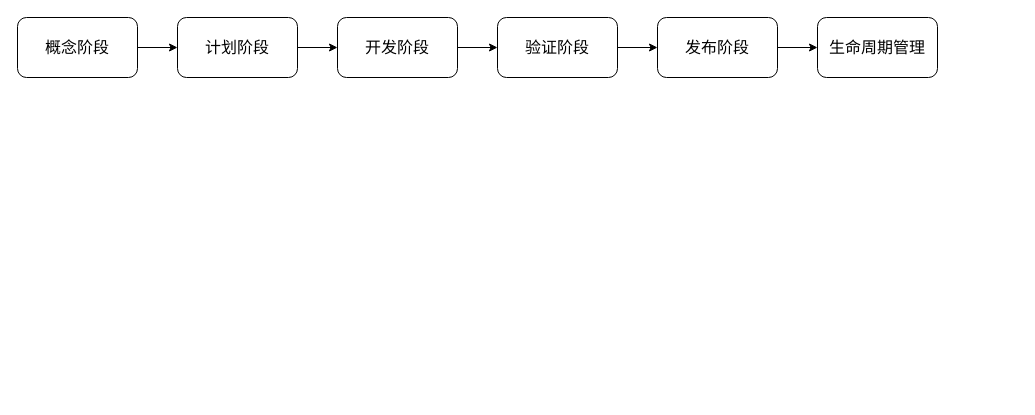
Earlier version of the draw.io diagram systemWork.drawio (wa4paluof/iview-tree-drag). Source tidied: cells renumbered, new cells numbered last; positions are measured from the earlier drawing's top-left corner, leaving out a move shared by most shapes. Both pictures are drawn from the tidied source at 100%, with x=0, y=0 at pixel (17, 17).
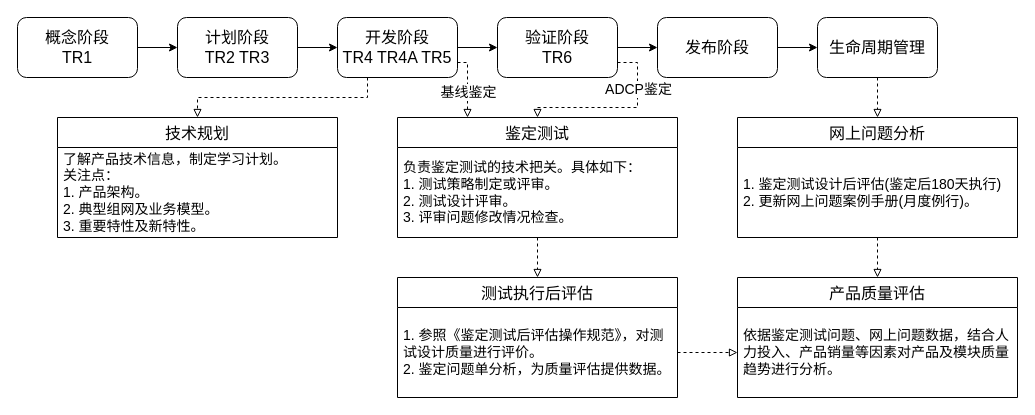
Above is the later version.

The change refers to these unchanged cells:
```xml
<mxCell id="12" value="生命周期管理" style="whiteSpace=wrap;html=1;rounded=1;fontSize=16;" parent="1" vertex="1">
  <mxGeometry x="800" width="120" height="60" as="geometry" />
</mxCell>
```

The edit, as a diff of the source:
```diff
@@
-    <mxCell id="3" value="概念阶段" style="rounded=1;whiteSpace=wrap;html=1;fontSize=16;" parent="1" vertex="1">
+    <mxCell id="3" value="概念阶段&lt;br&gt;TR1" style="rounded=1;whiteSpace=wrap;html=1;fontSize=16;" parent="1" vertex="1">
       <mxGeometry width="120" height="60" as="geometry" />
     </mxCell>
@@
-    <mxCell id="5" value="计划阶段" style="whiteSpace=wrap;html=1;rounded=1;fontSize=16;" parent="1" vertex="1">
+    <mxCell id="5" value="计划阶段&lt;br&gt;TR2 TR3" style="whiteSpace=wrap;html=1;rounded=1;fontSize=16;" parent="1" vertex="1">
       <mxGeometry x="160" width="120" height="60" as="geometry" />
     </mxCell>
@@
+    <mxCell id="13" style="edgeStyle=orthogonalEdgeStyle;rounded=0;jettySize=auto;html=1;exitX=0.25;exitY=1;exitDx=0;exitDy=0;entryX=0.5;entryY=0;entryDx=0;entryDy=0;fontSize=11;dashed=1;endArrow=block;endFill=0;" parent="1" edge="1" source="7" target="19">
+      <mxGeometry relative="1" as="geometry" />
+    </mxCell>
+    <mxCell id="14" style="edgeStyle=orthogonalEdgeStyle;rounded=0;jettySize=auto;html=1;exitX=1;exitY=0.75;exitDx=0;exitDy=0;entryX=0.25;entryY=0;entryDx=0;entryDy=0;dashed=1;fontSize=14;endArrow=block;endFill=0;" parent="1" edge="1" source="7" target="22">
+      <mxGeometry relative="1" as="geometry">
+        <Array as="points">
+          <mxPoint x="450" y="45" />
+        </Array>
+      </mxGeometry>
+    </mxCell>
+    <mxCell id="15" value="基线鉴定" style="edgeLabel;html=1;align=center;verticalAlign=middle;fontSize=14;" parent="14" vertex="1">
+      <mxGeometry x="0.57" relative="1" as="geometry">
+        <mxPoint y="-12" as="offset" />
+      </mxGeometry>
+    </mxCell>
-    <mxCell id="7" value="开发阶段" style="whiteSpace=wrap;html=1;rounded=1;fontSize=16;" parent="1" vertex="1">
+    <mxCell id="7" value="开发阶段&lt;br&gt;TR4 TR4A TR5" style="whiteSpace=wrap;html=1;rounded=1;fontSize=16;" parent="1" vertex="1">
       <mxGeometry x="320" width="120" height="60" as="geometry" />
     </mxCell>
@@
+    <mxCell id="16" style="edgeStyle=orthogonalEdgeStyle;rounded=0;jettySize=auto;html=1;exitX=1;exitY=0.75;exitDx=0;exitDy=0;entryX=0.5;entryY=0;entryDx=0;entryDy=0;dashed=1;fontSize=11;endArrow=block;endFill=0;" parent="1" edge="1" source="9" target="22">
+      <mxGeometry relative="1" as="geometry">
+        <Array as="points">
+          <mxPoint x="620" y="45" />
+          <mxPoint x="620" y="90" />
+          <mxPoint x="520" y="90" />
+        </Array>
+      </mxGeometry>
+    </mxCell>
+    <mxCell id="17" value="ADCP鉴定" style="edgeLabel;html=1;align=center;verticalAlign=middle;fontSize=14;" parent="16" vertex="1">
+      <mxGeometry x="-0.45" relative="1" as="geometry">
+        <mxPoint y="-2" as="offset" />
+      </mxGeometry>
+    </mxCell>
-    <mxCell id="9" value="验证阶段" style="whiteSpace=wrap;html=1;rounded=1;fontSize=16;" parent="1" vertex="1">
+    <mxCell id="9" value="验证阶段&lt;br&gt;TR6" style="whiteSpace=wrap;html=1;rounded=1;fontSize=16;" parent="1" vertex="1">
       <mxGeometry x="480" width="120" height="60" as="geometry" />
     </mxCell>
@@
+    <mxCell id="18" style="edgeStyle=orthogonalEdgeStyle;rounded=0;jettySize=auto;html=1;exitX=0.5;exitY=1;exitDx=0;exitDy=0;dashed=1;fontSize=11;endArrow=block;endFill=0;" parent="1" edge="1" source="12" target="25">
+      <mxGeometry relative="1" as="geometry" />
+    </mxCell>
@@
+    <mxCell id="19" value="技术规划" style="swimlane;fontStyle=0;horizontal=1;startSize=30;labelBorderColor=none;fontSize=16;strokeColor=default;" parent="1" vertex="1">
+      <mxGeometry x="40" y="100" width="280" height="120" as="geometry" />
+    </mxCell>
+    <mxCell id="20" value="了解产品技术信息，制定学习计划。&#10;关注点：&#10;1. 产品架构。&#10;2. 典型组网及业务模型。&#10;3. 重要特性及新特性。" style="text;strokeColor=none;fillColor=none;align=left;verticalAlign=middle;spacingLeft=4;spacingRight=4;overflow=hidden;labelBorderColor=none;fontSize=14;whiteSpace=wrap;" parent="19" vertex="1">
+      <mxGeometry y="30" width="280" height="90" as="geometry" />
+    </mxCell>
+    <mxCell id="21" style="edgeStyle=orthogonalEdgeStyle;rounded=0;jettySize=auto;html=1;dashed=1;fontSize=14;endArrow=block;endFill=0;" parent="1" edge="1" source="22" target="27">
+      <mxGeometry relative="1" as="geometry" />
+    </mxCell>
+    <mxCell id="22" value="鉴定测试" style="swimlane;fontStyle=0;horizontal=1;startSize=30;labelBorderColor=none;fontSize=16;strokeColor=default;" parent="1" vertex="1">
+      <mxGeometry x="380" y="100" width="280" height="120" as="geometry" />
+    </mxCell>
+    <mxCell id="23" value="负责鉴定测试的技术把关。具体如下：&#10;1. 测试策略制定或评审。&#10;2. 测试设计评审。&#10;3. 评审问题修改情况检查。" style="text;strokeColor=none;fillColor=none;align=left;verticalAlign=middle;spacingLeft=4;spacingRight=4;overflow=hidden;labelBorderColor=none;fontSize=14;whiteSpace=wrap;" parent="22" vertex="1">
+      <mxGeometry y="30" width="280" height="90" as="geometry" />
+    </mxCell>
+    <mxCell id="24" style="edgeStyle=orthogonalEdgeStyle;rounded=0;jettySize=auto;html=1;dashed=1;fontSize=14;endArrow=block;endFill=0;" parent="1" edge="1" source="25" target="29">
+      <mxGeometry relative="1" as="geometry" />
+    </mxCell>
+    <mxCell id="25" value="网上问题分析" style="swimlane;fontStyle=0;horizontal=1;startSize=30;labelBorderColor=none;fontSize=16;strokeColor=default;" parent="1" vertex="1">
+      <mxGeometry x="720" y="100" width="280" height="120" as="geometry" />
+    </mxCell>
+    <mxCell id="26" value="1. 鉴定测试设计后评估(鉴定后180天执行)&#10;2. 更新网上问题案例手册(月度例行)。" style="text;strokeColor=none;fillColor=none;align=left;verticalAlign=middle;spacingLeft=4;spacingRight=4;overflow=hidden;labelBorderColor=none;fontSize=14;whiteSpace=wrap;" parent="25" vertex="1">
+      <mxGeometry y="30" width="280" height="90" as="geometry" />
+    </mxCell>
+    <mxCell id="27" value="测试执行后评估" style="swimlane;fontStyle=0;horizontal=1;startSize=30;labelBorderColor=none;fontSize=16;strokeColor=default;" parent="1" vertex="1">
+      <mxGeometry x="380" y="260" width="280" height="120" as="geometry" />
+    </mxCell>
+    <mxCell id="28" value="1. 参照《鉴定测试后评估操作规范》，对测试设计质量进行评价。&#10;2. 鉴定问题单分析，为质量评估提供数据。" style="text;strokeColor=none;fillColor=none;align=left;verticalAlign=middle;spacingLeft=4;spacingRight=4;overflow=hidden;points=[[0,0.5],[1,0.5]];portConstraint=eastwest;labelBorderColor=none;fontSize=14;whiteSpace=wrap;" parent="27" vertex="1">
+      <mxGeometry y="30" width="280" height="90" as="geometry" />
+    </mxCell>
+    <mxCell id="29" value="产品质量评估" style="swimlane;fontStyle=0;horizontal=1;startSize=30;labelBorderColor=none;fontSize=16;strokeColor=default;" parent="1" vertex="1">
+      <mxGeometry x="720" y="260" width="280" height="120" as="geometry" />
+    </mxCell>
+    <mxCell id="30" value="依据鉴定测试问题、网上问题数据，结合人力投入、产品销量等因素对产品及模块质量趋势进行分析。" style="text;strokeColor=none;fillColor=none;align=left;verticalAlign=middle;spacingLeft=4;spacingRight=4;overflow=hidden;points=[[0,0.5],[1,0.5]];portConstraint=eastwest;labelBorderColor=none;fontSize=14;whiteSpace=wrap;" parent="29" vertex="1">
+      <mxGeometry y="30" width="280" height="90" as="geometry" />
+    </mxCell>
+    <mxCell id="31" style="edgeStyle=orthogonalEdgeStyle;rounded=0;jettySize=auto;html=1;dashed=1;fontSize=14;endArrow=block;endFill=0;" parent="1" edge="1" source="28" target="30">
+      <mxGeometry relative="1" as="geometry" />
+    </mxCell>
```
